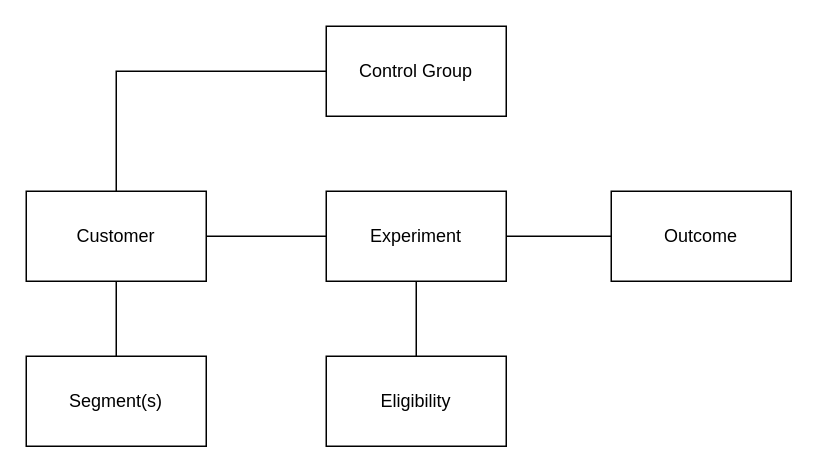
The draw.io diagram design/model.drawio in grumpyburton/experimachina, before the edit. Source tidied: cells renumbered, new cells numbered last; positions are measured from the earlier drawing's top-left corner, leaving out a move shared by most shapes. Both pictures are drawn from the tidied source at 150%, with x=0, y=0 at pixel (26, 26).
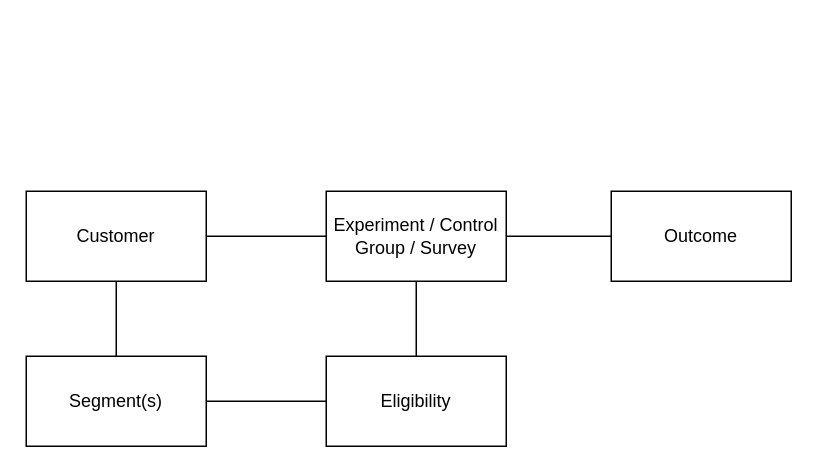
The same diagram, later.

Change to the diagram source:
```diff
@@
 <mxGraphModel>
   <root>
     <mxCell id="0" />
     <mxCell id="1" parent="0" />
     <mxCell id="2" value="Customer" style="rounded=0;whiteSpace=wrap;html=1;" parent="1" vertex="1">
       <mxGeometry y="110" width="120" height="60" as="geometry" />
     </mxCell>
     <mxCell id="3" value="Segment(s)" style="rounded=0;whiteSpace=wrap;html=1;" parent="1" vertex="1">
       <mxGeometry y="220" width="120" height="60" as="geometry" />
     </mxCell>
-    <mxCell id="4" value="Experiment" style="rounded=0;whiteSpace=wrap;html=1;" parent="1" vertex="1">
+    <mxCell id="4" value="Experiment / Control Group / Survey" style="rounded=0;whiteSpace=wrap;html=1;" parent="1" vertex="1">
       <mxGeometry x="200" y="110" width="120" height="60" as="geometry" />
     </mxCell>
-    <mxCell id="5" value="Control Group" style="rounded=0;whiteSpace=wrap;html=1;" parent="1" vertex="1">
-      <mxGeometry x="200" width="120" height="60" as="geometry" />
-    </mxCell>
     <mxCell id="6" value="Eligibility" style="rounded=0;whiteSpace=wrap;html=1;" parent="1" vertex="1">
       <mxGeometry x="200" y="220" width="120" height="60" as="geometry" />
     </mxCell>
     <mxCell id="7" style="endArrow=none;html=1;rounded=0;exitX=0.5;exitY=0;exitDx=0;exitDy=0;entryX=0.5;entryY=1;entryDx=0;entryDy=0;" parent="1" edge="1" source="3" target="2">
       <mxGeometry relative="1" as="geometry" />
     </mxCell>
     <mxCell id="8" style="endArrow=none;html=1;rounded=0;entryX=0.5;entryY=1;entryDx=0;entryDy=0;exitX=0.5;exitY=0;exitDx=0;exitDy=0;" parent="1" edge="1" source="6" target="4">
       <mxGeometry relative="1" as="geometry" />
     </mxCell>
     <mxCell id="9" value="Outcome" style="rounded=0;whiteSpace=wrap;html=1;" parent="1" vertex="1">
       <mxGeometry x="390" y="110" width="120" height="60" as="geometry" />
     </mxCell>
     <mxCell id="10" style="endArrow=none;html=1;rounded=0;exitX=1;exitY=0.5;exitDx=0;exitDy=0;entryX=0;entryY=0.5;entryDx=0;entryDy=0;" parent="1" edge="1" source="4" target="9">
       <mxGeometry relative="1" as="geometry" />
     </mxCell>
-    <mxCell id="11" style="endArrow=none;html=1;rounded=0;exitX=0.5;exitY=0;exitDx=0;exitDy=0;entryX=0;entryY=0.5;entryDx=0;entryDy=0;edgeStyle=orthogonalEdgeStyle;" parent="1" edge="1" source="2" target="5">
-      <mxGeometry relative="1" as="geometry" />
-    </mxCell>
     <mxCell id="12" style="endArrow=none;html=1;rounded=0;exitX=1;exitY=0.5;exitDx=0;exitDy=0;entryX=0;entryY=0.5;entryDx=0;entryDy=0;" parent="1" edge="1" source="2" target="4">
       <mxGeometry relative="1" as="geometry" />
     </mxCell>
+    <mxCell id="13" style="endArrow=none;html=1;rounded=0;entryX=0;entryY=0.5;entryDx=0;entryDy=0;exitX=1;exitY=0.5;exitDx=0;exitDy=0;" parent="1" edge="1" source="3" target="6">
+      <mxGeometry relative="1" as="geometry" />
+    </mxCell>
   </root>
 </mxGraphModel>
```
